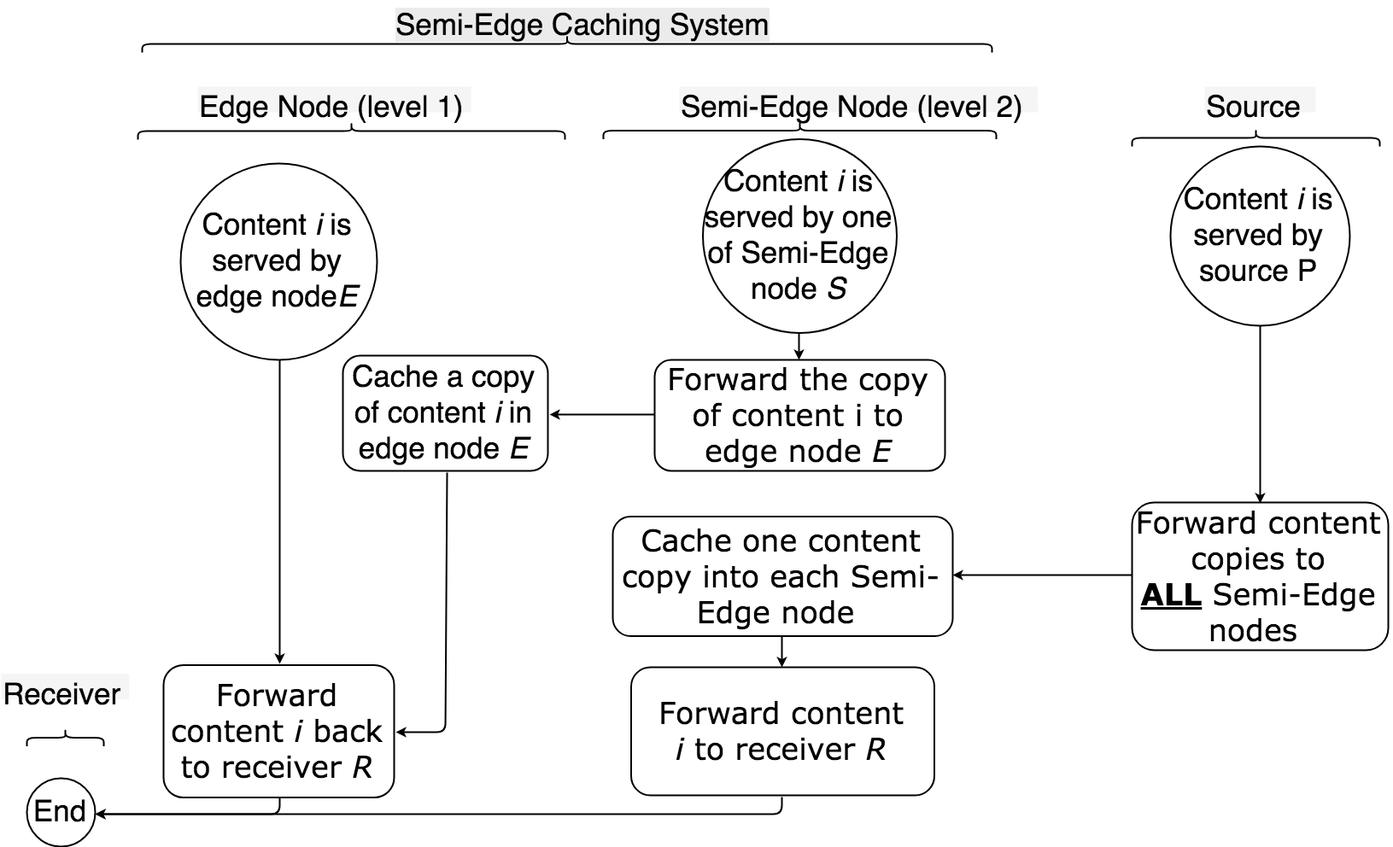
Before: Copy of forward.png, a diagram exported from draw.io (YiningHua/hello-world). Source tidied: cells renumbered, new cells last; positions are measured from the earlier drawing's top-left corner, leaving out a move shared by most shapes.
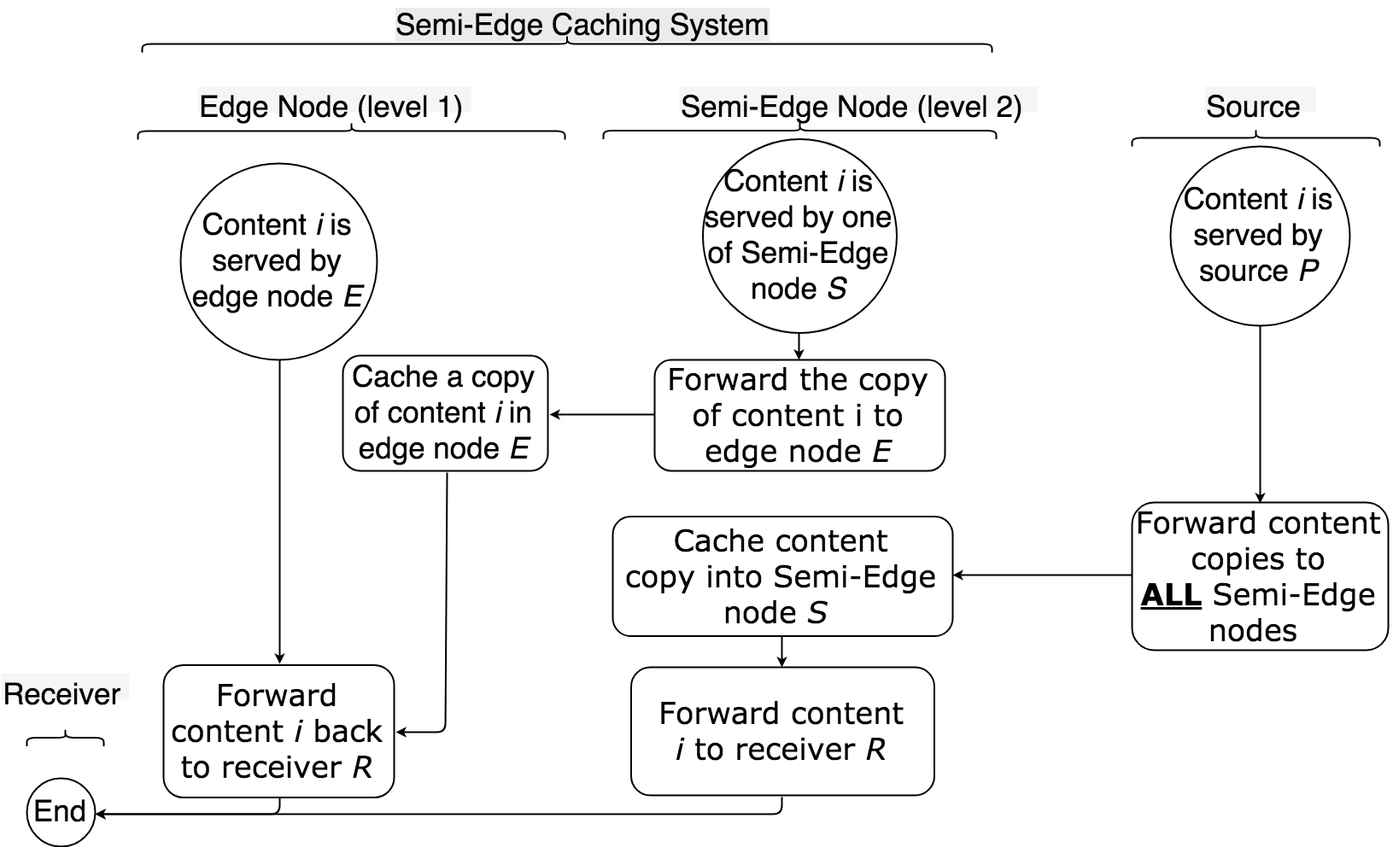
Above is the later version.

Change to the diagram source:
```diff
@@ -11,7 +11,7 @@
     <mxCell id="4" style="swimlane;html=1;startSize=20;strokeColor=none;strokeWidth=2;" parent="2" vertex="1">
       <mxGeometry x="130" y="20" width="410" height="630" as="geometry" />
     </mxCell>
-    <mxCell id="5" value="&lt;font style=&quot;font-size: 35px&quot;&gt;&lt;span&gt;Content&amp;nbsp;&lt;/span&gt;&lt;i&gt;i&amp;nbsp;&lt;/i&gt;&lt;span&gt;is served by edge node&lt;/span&gt;&lt;i&gt;E&lt;/i&gt;&lt;/font&gt;" style="ellipse;whiteSpace=wrap;html=1;strokeWidth=2;fontSize=12;strokeColor=#000000;" parent="4" vertex="1">
+    <mxCell id="5" value="&lt;font style=&quot;font-size: 35px&quot;&gt;&lt;span&gt;Content&amp;nbsp;&lt;/span&gt;&lt;i&gt;i&amp;nbsp;&lt;/i&gt;&lt;span&gt;is served by edge node&amp;nbsp;&lt;/span&gt;&lt;i&gt;E&lt;/i&gt;&lt;/font&gt;" style="ellipse;whiteSpace=wrap;html=1;strokeWidth=2;fontSize=12;strokeColor=#000000;" parent="4" vertex="1">
       <mxGeometry x="-70" y="90" width="230" height="230" as="geometry" />
     </mxCell>
     <mxCell id="6" value="&lt;font style=&quot;font-size: 35px&quot; face=&quot;Helvetica&quot;&gt;Cache a copy of content &lt;i&gt;i &lt;/i&gt;in edge node &lt;i&gt;E&lt;/i&gt;&lt;/font&gt;" style="rounded=1;whiteSpace=wrap;html=1;shadow=0;labelBackgroundColor=none;strokeColor=#000000;strokeWidth=2;fillColor=#ffffff;fontFamily=Verdana;fontSize=12;fontColor=#000000;align=center;" parent="4" vertex="1">
@@ -35,7 +35,7 @@
     <mxCell id="12" value="&lt;font style=&quot;font-size: 35px&quot;&gt;Forward the copy of content i&amp;nbsp;to edge node &lt;i&gt;E&lt;/i&gt;&lt;/font&gt;" style="rounded=1;whiteSpace=wrap;html=1;shadow=0;labelBackgroundColor=none;strokeColor=#000000;strokeWidth=2;fillColor=#ffffff;fontFamily=Verdana;fontSize=12;fontColor=#000000;align=center;" parent="11" vertex="1">
       <mxGeometry x="75" y="320" width="340" height="130" as="geometry" />
     </mxCell>
-    <mxCell id="13" value="&lt;font style=&quot;font-size: 35px&quot;&gt;Cache one content copy&lt;i&gt;&amp;nbsp;&lt;/i&gt;into each Semi-Edge node&amp;nbsp;&lt;/font&gt;" style="rounded=1;whiteSpace=wrap;html=1;shadow=0;labelBackgroundColor=none;strokeColor=#000000;strokeWidth=2;fillColor=#ffffff;fontFamily=Verdana;fontSize=12;fontColor=#000000;align=center;" parent="11" vertex="1">
+    <mxCell id="13" value="&lt;font style=&quot;font-size: 35px&quot;&gt;Cache content copy&lt;i&gt;&amp;nbsp;&lt;/i&gt;into Semi-Edge node &lt;i&gt;S&lt;/i&gt;&amp;nbsp;&lt;/font&gt;" style="rounded=1;whiteSpace=wrap;html=1;shadow=0;labelBackgroundColor=none;strokeColor=#000000;strokeWidth=2;fillColor=#ffffff;fontFamily=Verdana;fontSize=12;fontColor=#000000;align=center;" parent="11" vertex="1">
       <mxGeometry x="26" y="503.5" width="398" height="140" as="geometry" />
     </mxCell>
     <mxCell id="14" style="shape=curlyBracket;whiteSpace=wrap;html=1;rounded=1;labelBackgroundColor=none;strokeColor=#000000;strokeWidth=2;fontFamily=Helvetica;fontSize=24;fontColor=#000000;direction=south;" parent="11" vertex="1">
@@ -50,7 +50,7 @@
     <mxCell id="17" value="&lt;font style=&quot;font-size: 35px&quot;&gt;Forward content copies to &lt;b&gt;&lt;u&gt;ALL&lt;/u&gt;&lt;/b&gt;&amp;nbsp;Semi-Edge nodes&amp;nbsp;&lt;/font&gt;" style="rounded=1;whiteSpace=wrap;html=1;shadow=0;labelBackgroundColor=none;strokeColor=#000000;strokeWidth=2;fillColor=#ffffff;fontFamily=Verdana;fontSize=12;fontColor=#000000;align=center;" parent="16" vertex="1">
       <mxGeometry x="110" y="487" width="300" height="173" as="geometry" />
     </mxCell>
-    <mxCell id="18" value="&lt;font style=&quot;font-size: 35px&quot;&gt;Content &lt;i&gt;i&lt;/i&gt; is served by source P&lt;/font&gt;" style="ellipse;whiteSpace=wrap;html=1;strokeWidth=2;fontSize=12;" parent="16" vertex="1">
+    <mxCell id="18" value="&lt;font style=&quot;font-size: 35px&quot;&gt;Content &lt;i&gt;i&lt;/i&gt; is served by source &lt;i&gt;P&lt;/i&gt;&lt;/font&gt;" style="ellipse;whiteSpace=wrap;html=1;strokeWidth=2;fontSize=12;" parent="16" vertex="1">
       <mxGeometry x="155" y="70" width="210" height="210" as="geometry" />
     </mxCell>
     <mxCell id="19" style="endArrow=classic;html=1;fontSize=12;exitX=0.5;exitY=1;entryX=0.5;entryY=0;strokeWidth=2;" parent="16" edge="1" source="18" target="17">
```
